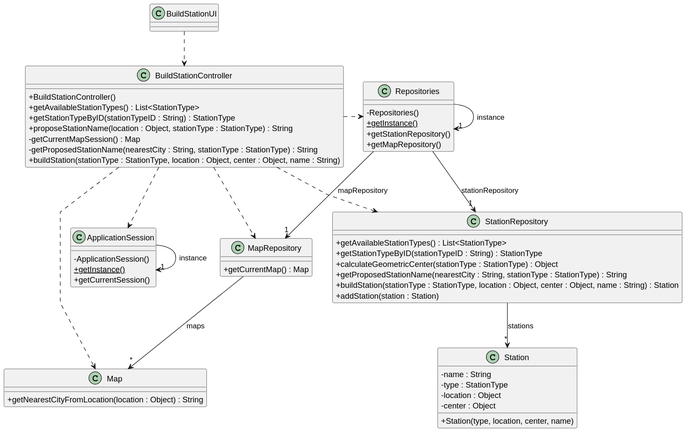
This is docs/system-documentation/sprint 3/US05/03.design/svg/US05-CD.svg from Educ00/mdisc-2425, a PlantUML export, as it was before one commit. Source of this version:
```plantuml
@startuml
skinparam packageStyle rectangle
skinparam shadowing false
skinparam linetype polyline
skinparam classAttributeIconSize 0

class BuildStationUI {
}

class BuildStationController {
    + BuildStationController()
    + getAvailableStationTypes() : List<StationType>
    + getStationTypeByID(stationTypeID : String) : StationType
    + proposeStationName(location : Object, stationType : StationType) : String
    - getCurrentMapSession() : Map
    - getProposedStationName(nearestCity : String, stationType : StationType) : String
    + buildStation(stationType : StationType, location : Object, center : Object, name : String)
}

class Repositories {
    - Repositories()
    + {static} getInstance()
    + getStationRepository()
    + getMapRepository()
}

class StationRepository {
    + getAvailableStationTypes() : List<StationType>
    + getStationTypeByID(stationTypeID : String) : StationType
    + calculateGeometricCenter(stationType : StationType) : Object
    + getProposedStationName(nearestCity : String, stationType : StationType) : String
    + buildStation(stationType : StationType, location : Object, center : Object, name : String) : Station
    + addStation(station : Station)
}

class MapRepository {
    + getCurrentMap() : Map
}

class Map {
    + getNearestCityFromLocation(location : Object) : String
}

class Station {
    - name : String
    - type : StationType
    - location : Object
    - center : Object
    + Station(type, location, center, name)
}

class ApplicationSession {
    - ApplicationSession()
    + {static} getInstance()
    + getCurrentSession()
}

BuildStationUI ..> BuildStationController
BuildStationController .> Repositories
Repositories -> "1" Repositories : instance
Repositories --> "1" StationRepository : stationRepository
Repositories --> "1" MapRepository : mapRepository
BuildStationController ..> StationRepository
BuildStationController ..> MapRepository
BuildStationController ..> Map
BuildStationController ..> ApplicationSession
StationRepository --> "*" Station : stations
MapRepository --> "*" Map : maps
ApplicationSession -> "1" ApplicationSession : instance
@enduml
```
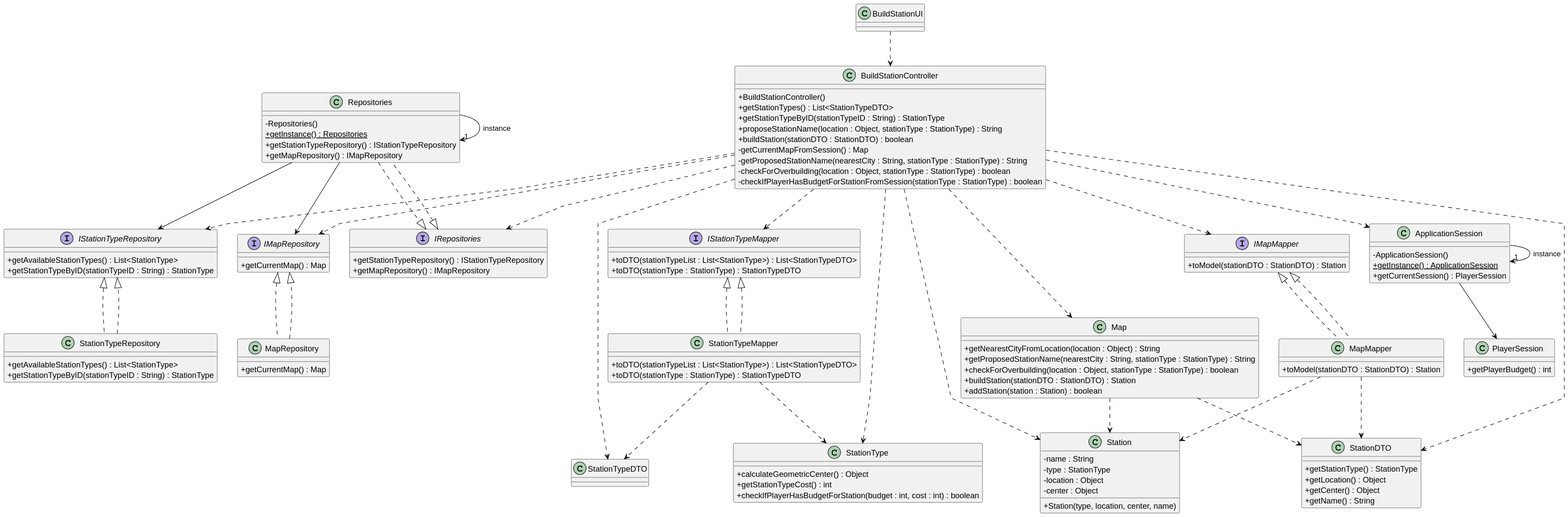
Later version of the same file.

Commit message:
US05 design completed. Updated the SD and CD to use Polymorphism and Protected Variation on the CD. Applied the DTOs on the SD. Built the rationale, to then apply all of this on the diagrams.

What changed in the source:
```diff
@@ -1,70 +1,136 @@
 @startuml
-skinparam packageStyle rectangle
-skinparam shadowing false
-skinparam linetype polyline
-skinparam classAttributeIconSize 0
+        skinparam packageStyle rectangle
+        skinparam shadowing false
+        skinparam linetype polyline
+        skinparam classAttributeIconSize 0
 
-class BuildStationUI {
-}
+        class BuildStationUI {
+        }
 
-class BuildStationController {
-    + BuildStationController()
-    + getAvailableStationTypes() : List<StationType>
-    + getStationTypeByID(stationTypeID : String) : StationType
-    + proposeStationName(location : Object, stationType : StationType) : String
-    - getCurrentMapSession() : Map
-    - getProposedStationName(nearestCity : String, stationType : StationType) : String
-    + buildStation(stationType : StationType, location : Object, center : Object, name : String)
-}
+        class BuildStationController {
+            + BuildStationController()
+            + getStationTypes() : List<StationTypeDTO>
+            + getStationTypeByID(stationTypeID : String) : StationType
+            + proposeStationName(location : Object, stationType : StationType) : String
+            + buildStation(stationDTO : StationDTO) : boolean
+            - getCurrentMapFromSession() : Map
+            - getProposedStationName(nearestCity : String, stationType : StationType) : String
+            - checkForOverbuilding(location : Object, stationType : StationType) : boolean
+            - checkIfPlayerHasBudgetForStationFromSession(stationType : StationType) : boolean
+        }
 
-class Repositories {
-    - Repositories()
-    + {static} getInstance()
-    + getStationRepository()
-    + getMapRepository()
-}
+        interface IRepositories {
+            + getStationTypeRepository() : IStationTypeRepository
+            + getMapRepository() : IMapRepository
+        }
+        class Repositories implements IRepositories {
+            - Repositories()
+            + {static} getInstance() : Repositories
+            + getStationTypeRepository() : IStationTypeRepository
+            + getMapRepository() : IMapRepository
+        }
 
-class StationRepository {
-    + getAvailableStationTypes() : List<StationType>
-    + getStationTypeByID(stationTypeID : String) : StationType
-    + calculateGeometricCenter(stationType : StationType) : Object
-    + getProposedStationName(nearestCity : String, stationType : StationType) : String
-    + buildStation(stationType : StationType, location : Object, center : Object, name : String) : Station
-    + addStation(station : Station)
-}
+        interface IStationTypeRepository {
+            + getAvailableStationTypes() : List<StationType>
+            + getStationTypeByID(stationTypeID : String) : StationType
+        }
+        class StationTypeRepository implements IStationTypeRepository {
+            + getAvailableStationTypes() : List<StationType>
+            + getStationTypeByID(stationTypeID : String) : StationType
+        }
 
-class MapRepository {
-    + getCurrentMap() : Map
-}
+        interface IMapRepository {
+            + getCurrentMap() : Map
+        }
+        class MapRepository implements IMapRepository {
+            + getCurrentMap() : Map
+        }
 
-class Map {
-    + getNearestCityFromLocation(location : Object) : String
-}
+        class ApplicationSession {
+            - ApplicationSession()
+            + {static} getInstance() : ApplicationSession
+            + getCurrentSession() : PlayerSession
+        }
+        class PlayerSession {
+            + getPlayerBudget() : int
+        }
 
-class Station {
-    - name : String
-    - type : StationType
-    - location : Object
-    - center : Object
-    + Station(type, location, center, name)
-}
+        class StationType {
+            + calculateGeometricCenter() : Object
+            + getStationTypeCost() : int
+            + checkIfPlayerHasBudgetForStation(budget : int, cost : int) : boolean
+        }
 
-class ApplicationSession {
-    - ApplicationSession()
-    + {static} getInstance()
-    + getCurrentSession()
-}
+        class Map {
+            + getNearestCityFromLocation(location : Object) : String
+            + getProposedStationName(nearestCity : String, stationType : StationType) : String
+            + checkForOverbuilding(location : Object, stationType : StationType) : boolean
+            + buildStation(stationDTO : StationDTO) : Station
+            + addStation(station : Station) : boolean
+        }
 
-BuildStationUI ..> BuildStationController
-BuildStationController .> Repositories
-Repositories -> "1" Repositories : instance
-Repositories --> "1" StationRepository : stationRepository
-Repositories --> "1" MapRepository : mapRepository
-BuildStationController ..> StationRepository
-BuildStationController ..> MapRepository
-BuildStationController ..> Map
-BuildStationController ..> ApplicationSession
-StationRepository --> "*" Station : stations
-MapRepository --> "*" Map : maps
-ApplicationSession -> "1" ApplicationSession : instance
-@enduml
+        class Station {
+            - name : String
+            - type : StationType
+            - location : Object
+            - center : Object
+            + Station(type, location, center, name)
+        }
+
+        interface IStationTypeMapper {
+            + toDTO(stationTypeList : List<StationType>) : List<StationTypeDTO>
+            + toDTO(stationType : StationType) : StationTypeDTO
+        }
+        class StationTypeMapper implements IStationTypeMapper {
+            + toDTO(stationTypeList : List<StationType>) : List<StationTypeDTO>
+            + toDTO(stationType : StationType) : StationTypeDTO
+        }
+
+        interface IMapMapper {
+            + toModel(stationDTO : StationDTO) : Station
+        }
+        class MapMapper implements IMapMapper {
+            + toModel(stationDTO : StationDTO) : Station
+        }
+
+        class StationTypeDTO {
+        }
+
+        class StationDTO {
+            + getStationType() : StationType
+            + getLocation() : Object
+            + getCenter() : Object
+            + getName() : String
+        }
+
+        BuildStationUI ..> BuildStationController
+        BuildStationController ..> IRepositories
+        Repositories ..|> IRepositories
+        Repositories --> IStationTypeRepository
+        Repositories --> IMapRepository
+        StationTypeRepository ..|> IStationTypeRepository
+        MapRepository ..|> IMapRepository
+        BuildStationController ..> IStationTypeRepository
+        BuildStationController ..> IMapRepository
+        BuildStationController ..> ApplicationSession
+        BuildStationController ..> IStationTypeMapper
+        BuildStationController ..> IMapMapper
+        ApplicationSession --> PlayerSession
+        BuildStationController ..> StationType
+        BuildStationController ..> StationDTO
+        BuildStationController ..> StationTypeDTO
+        BuildStationController ..> Map
+        BuildStationController ..> Station
+        IStationTypeMapper <|.. StationTypeMapper
+        IMapMapper <|.. MapMapper
+        MapMapper ..> StationDTO
+        MapMapper ..> Station
+        StationTypeMapper ..> StationType
+        StationTypeMapper ..> StationTypeDTO
+        Map ..> Station
+        Map ..> StationDTO
+
+        Repositories -> "1" Repositories : instance
+        ApplicationSession -> "1" ApplicationSession : instance
+
+        @enduml
```
